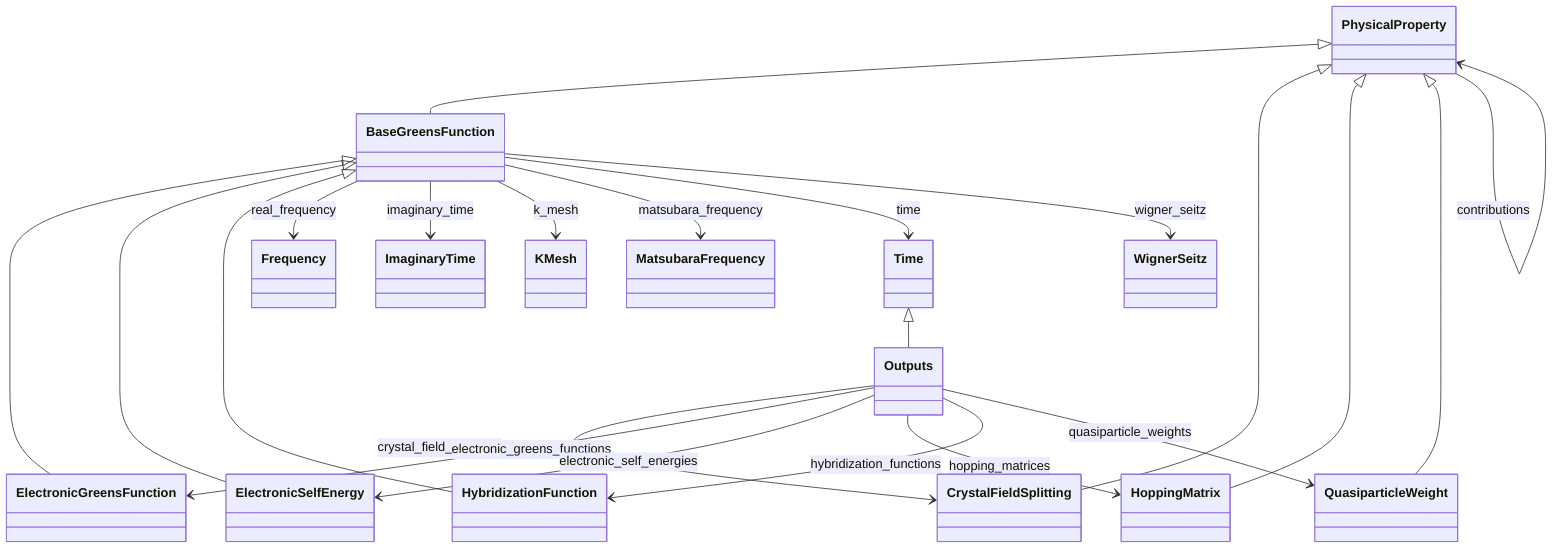
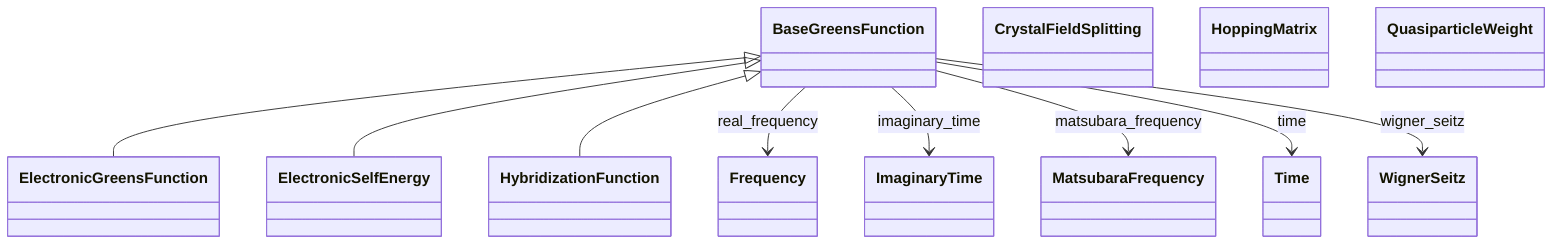
classDiagram
    class BaseGreensFunction
    class CrystalFieldSplitting
    class ElectronicGreensFunction
    class ElectronicSelfEnergy
    class Frequency
    class HoppingMatrix
    class HybridizationFunction
    class ImaginaryTime
-     class KMesh
    class MatsubaraFrequency
-     class Outputs
-     class PhysicalProperty
    class QuasiparticleWeight
    class Time
    class WignerSeitz
-     PhysicalProperty <|-- BaseGreensFunction
-     PhysicalProperty <|-- CrystalFieldSplitting
    BaseGreensFunction <|-- ElectronicGreensFunction
    BaseGreensFunction <|-- ElectronicSelfEnergy
-     PhysicalProperty <|-- HoppingMatrix
    BaseGreensFunction <|-- HybridizationFunction
-     Time <|-- Outputs
-     PhysicalProperty <|-- QuasiparticleWeight
    BaseGreensFunction --> Frequency : real_frequency
    BaseGreensFunction --> ImaginaryTime : imaginary_time
-     BaseGreensFunction --> KMesh : k_mesh
    BaseGreensFunction --> MatsubaraFrequency : matsubara_frequency
    BaseGreensFunction --> Time : time
    BaseGreensFunction --> WignerSeitz : wigner_seitz
-     Outputs --> CrystalFieldSplitting : crystal_field_splittings
-     Outputs --> ElectronicGreensFunction : electronic_greens_functions
-     Outputs --> ElectronicSelfEnergy : electronic_self_energies
-     Outputs --> HoppingMatrix : hopping_matrices
-     Outputs --> HybridizationFunction : hybridization_functions
-     Outputs --> QuasiparticleWeight : quasiparticle_weights
-     PhysicalProperty --> PhysicalProperty : contributions
